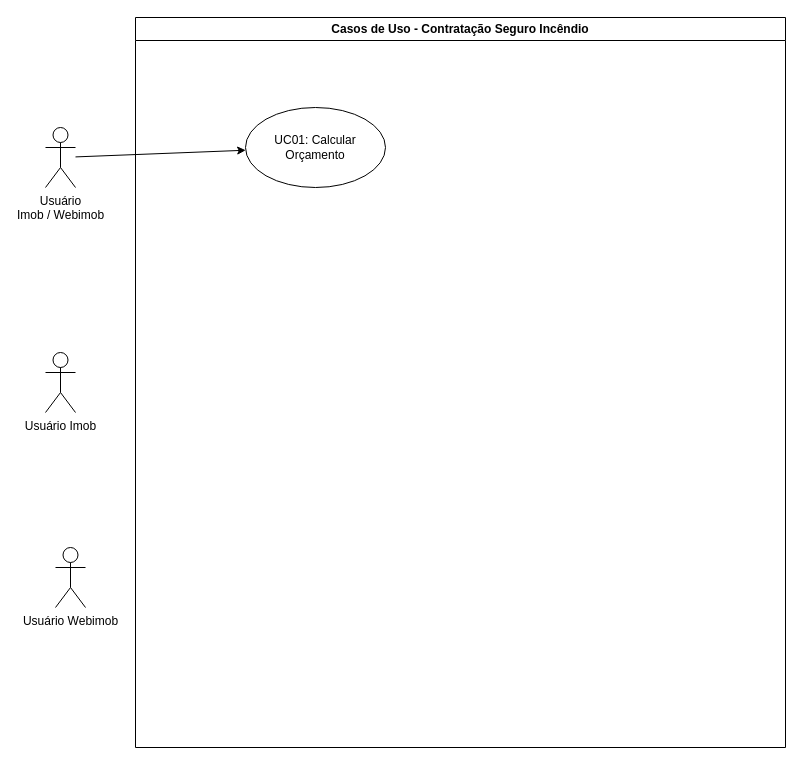
WebimobSeguros/DocumentacaoV3 keeps this draw.io diagram as my-app/public/artefatos-docs/drawio/casos-de-uso/UC-seguro-incendio.drawio. Above is the earlier version. Source tidied: cells renumbered, new cells numbered last; positions are measured from the earlier drawing's top-left corner, leaving out a move shared by most shapes. Both pictures are drawn from the tidied source at 100%, with x=0, y=0 at pixel (45, 17).
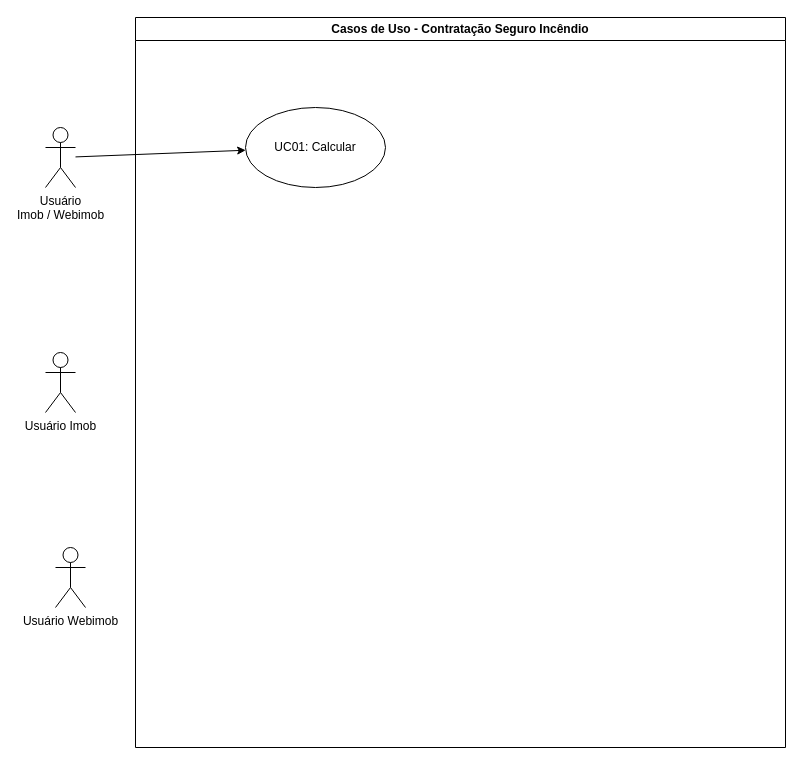
The same diagram, later.

The edit, as a diff of the source:
```diff
@@
 <mxGraphModel>
   <root>
     <mxCell id="0" />
     <mxCell id="1" parent="0" />
     <mxCell id="2" value="Casos de Uso - Contratação Seguro Incêndio" style="swimlane;whiteSpace=wrap;html=1;" parent="1" vertex="1">
       <mxGeometry x="90" width="650" height="730" as="geometry" />
     </mxCell>
-    <mxCell id="3" value="UC01: Calcular Orçamento" style="ellipse;whiteSpace=wrap;html=1;" parent="2" vertex="1">
+    <mxCell id="3" value="UC01: Calcular" style="ellipse;whiteSpace=wrap;html=1;" parent="2" vertex="1">
       <mxGeometry x="110" y="90" width="140" height="80" as="geometry" />
     </mxCell>
     <mxCell id="4" style="edgeStyle=none;html=1;" parent="1" edge="1" source="5" target="3">
       <mxGeometry relative="1" as="geometry" />
     </mxCell>
     <mxCell id="5" value="Usuário&lt;br&gt;Imob / Webimob" style="shape=umlActor;verticalLabelPosition=bottom;verticalAlign=top;html=1;outlineConnect=0;" parent="1" vertex="1">
       <mxGeometry y="110" width="30" height="60" as="geometry" />
     </mxCell>
     <mxCell id="6" value="Usuário Imob" style="shape=umlActor;verticalLabelPosition=bottom;verticalAlign=top;html=1;" parent="1" vertex="1">
       <mxGeometry y="335" width="30" height="60" as="geometry" />
     </mxCell>
     <mxCell id="7" value="Usuário Webimob" style="shape=umlActor;verticalLabelPosition=bottom;verticalAlign=top;html=1;" parent="1" vertex="1">
       <mxGeometry x="10" y="530" width="30" height="60" as="geometry" />
     </mxCell>
   </root>
 </mxGraphModel>
```
